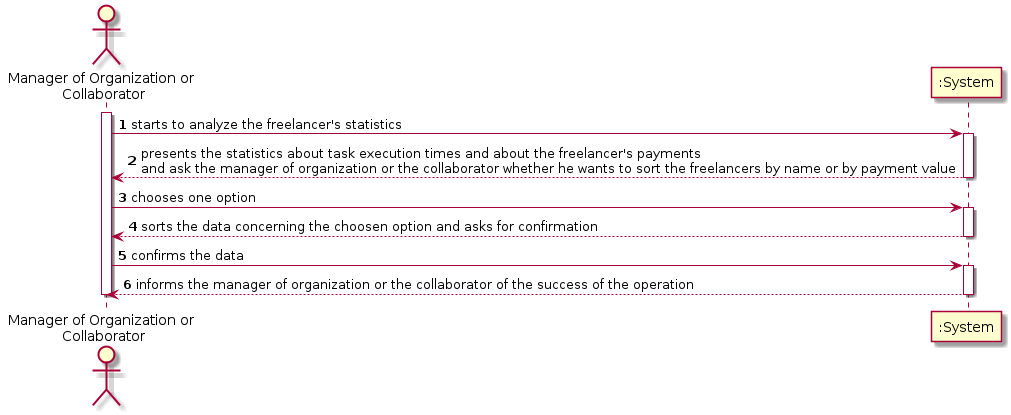
Earlier version of the PlantUML export docs/UC8 - Analyze freelancer statistics/UC8_SSD.png (pedrolemos4/LAPR2). The source it was exported from:
```plantuml
@startuml
autonumber
actor "Manager of Organization or \nCollaborator" as MAN

participant ":System" as SIST

activate MAN

    MAN -> SIST : starts to analyze the freelancer's statistics

    activate SIST
    SIST --> MAN : presents the statistics about task execution times and about the freelancer's payments \nand ask the manager of organization or the collaborator whether he wants to sort the freelancers by name or by payment value
    deactivate SIST

    MAN -> SIST: chooses one option

    activate SIST
        SIST --> MAN : sorts the data concerning the choosen option and asks for confirmation
    deactivate SIST

    MAN -> SIST : confirms the data

    activate SIST
        SIST --> MAN: informs the manager of organization or the collaborator of the success of the operation
    deactivate SIST


deactivate MAN
@enduml
```
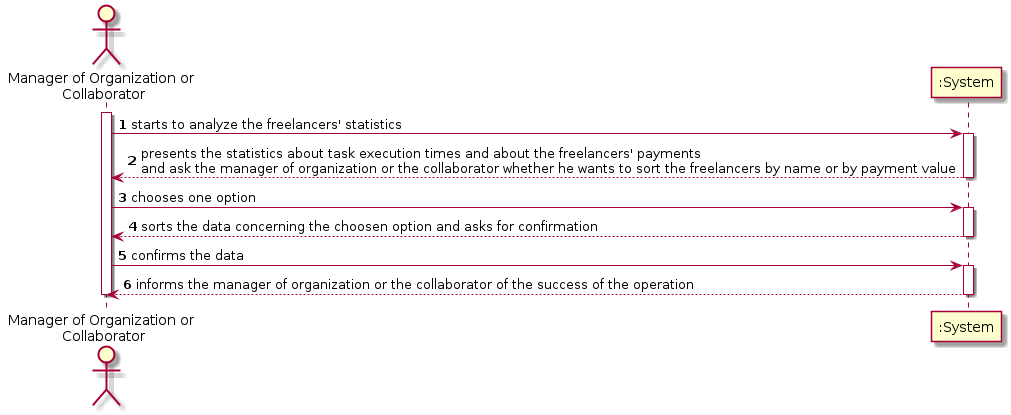
The same file after the commit.

The edit, as a diff of the source:
```diff
@@ -6,10 +6,10 @@
 
 activate MAN
 
-    MAN -> SIST : starts to analyze the freelancer's statistics
+    MAN -> SIST : starts to analyze the freelancers' statistics
 
     activate SIST
-    SIST --> MAN : presents the statistics about task execution times and about the freelancer's payments \nand ask the manager of organization or the collaborator whether he wants to sort the freelancers by name or by payment value
+    SIST --> MAN : presents the statistics about task execution times and about the freelancers' payments \nand ask the manager of organization or the collaborator whether he wants to sort the freelancers by name or by payment value
     deactivate SIST
 
     MAN -> SIST: chooses one option
```
